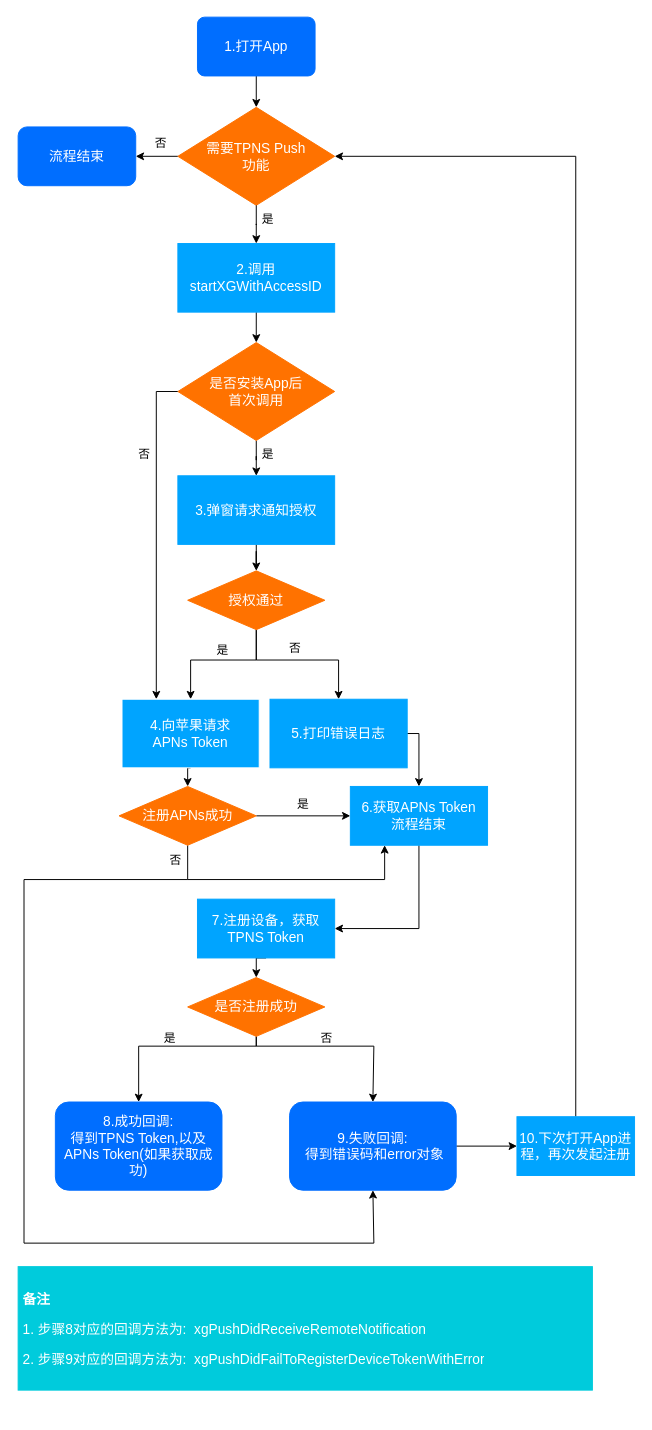
The draw.io diagram register.drawio in muyanbiao/tpnsFlowChart, before the edit. Source tidied: cells renumbered, new cells numbered last; positions are measured from the earlier drawing's top-left corner, leaving out a move shared by most shapes. Both pictures are drawn from the tidied source at 98%, with x=0, y=0 at pixel (18, 17).
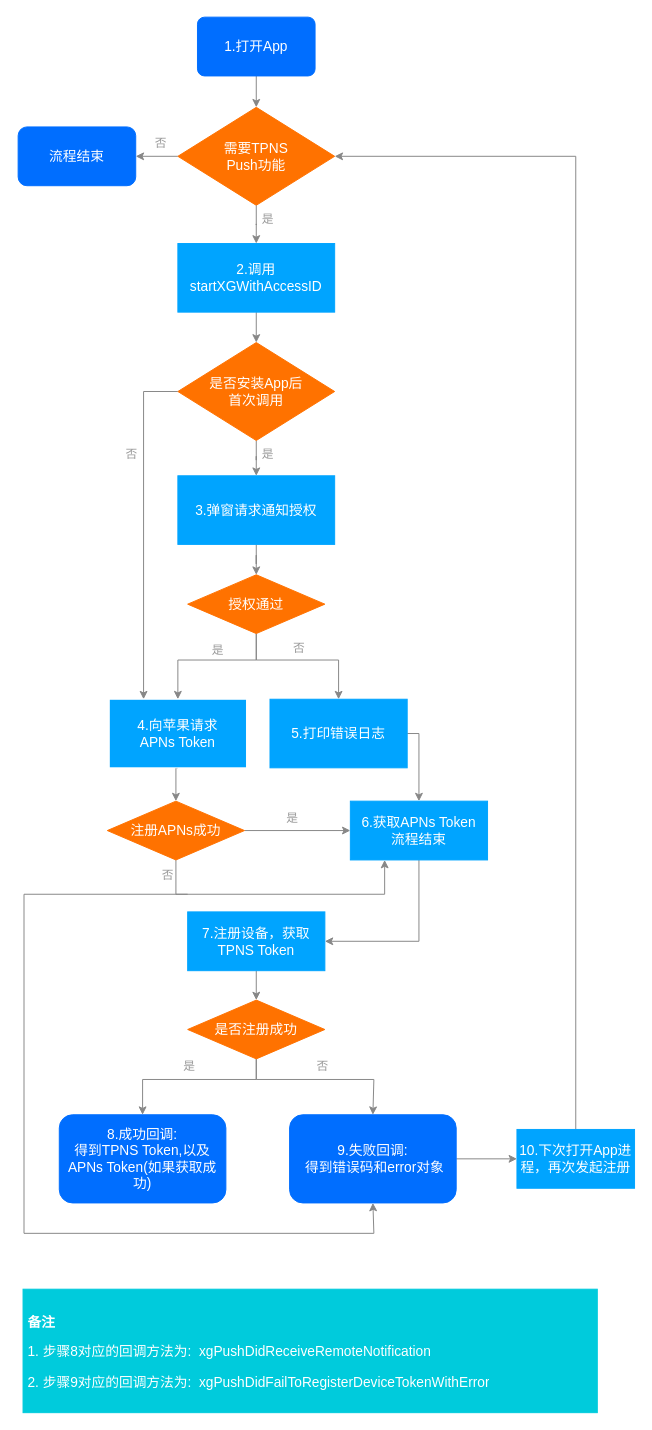
The same page after the edit.

Unchanged cells that the change refers to:
```xml
<mxCell id="3" value="&lt;font face=&quot;helvetica&quot; style=&quot;font-size: 14px;&quot;&gt;1.打开App&lt;/font&gt;" style="rounded=1;whiteSpace=wrap;html=1;fillColor=#006EFF;strokeColor=#006EFF;fontColor=#FFFFFF;fontSize=14;rotation=0;arcSize=12;" parent="1" vertex="1">
  <mxGeometry x="183" width="120" height="60" as="geometry" />
</mxCell>
<mxCell id="5" value="&lt;font face=&quot;helvetica&quot; style=&quot;font-size: 14px;&quot;&gt;&lt;font style=&quot;font-size: 14px;&quot;&gt;2.调用startXGWithAccessID&lt;/font&gt;&lt;br style=&quot;font-size: 14px;&quot;&gt;&lt;/font&gt;" style="rounded=0;whiteSpace=wrap;html=1;fillColor=#00A4FF;strokeColor=#00A4FF;fontColor=#FFFFFF;fontSize=14;" parent="1" vertex="1">
  <mxGeometry x="163" y="231" width="160" height="70" as="geometry" />
</mxCell>
<mxCell id="12" value="是否安装App后&lt;br&gt;首次调用" style="rhombus;whiteSpace=wrap;html=1;fillColor=#FF7200;strokeColor=#FF7200;fontColor=#FFFFFF;fontSize=14;" parent="1" vertex="1">
  <mxGeometry x="163" y="332" width="160" height="100" as="geometry" />
</mxCell>
<mxCell id="14" value="3.弹窗请求通知授权" style="rounded=0;whiteSpace=wrap;html=1;fillColor=#00A4FF;strokeColor=#00A4FF;fontColor=#FFFFFF;fontSize=14;" parent="1" vertex="1">
  <mxGeometry x="163" y="468" width="160" height="70" as="geometry" />
</mxCell>
<mxCell id="25" value="5.打印错误日志" style="rounded=0;whiteSpace=wrap;html=1;fillColor=#00A4FF;strokeColor=#00A4FF;fontColor=#FFFFFF;fontSize=14;" parent="1" vertex="1">
  <mxGeometry x="257" y="696" width="140" height="70" as="geometry" />
</mxCell>
<mxCell id="36" value="&lt;font face=&quot;helvetica&quot; style=&quot;font-size: 14px;&quot;&gt;流程结束&lt;br style=&quot;font-size: 14px;&quot;&gt;&lt;/font&gt;" style="rounded=1;whiteSpace=wrap;html=1;fillColor=#006EFF;strokeColor=#006EFF;fontColor=#FFFFFF;fontSize=14;" parent="1" vertex="1">
  <mxGeometry y="112" width="120" height="60" as="geometry" />
</mxCell>
```

Change to the diagram source:
```diff
@@
-    <mxCell id="2" style="endArrow=classic;html=1;exitX=0.5;exitY=1;exitDx=0;exitDy=0;entryX=0.5;entryY=0;entryDx=0;entryDy=0;" parent="1" edge="1" source="3" target="8">
+    <mxCell id="2" style="endArrow=classic;html=1;exitX=0.5;exitY=1;exitDx=0;exitDy=0;entryX=0.5;entryY=0;entryDx=0;entryDy=0;strokeColor=#878787;" parent="1" edge="1" source="3" target="8">
       <mxGeometry relative="1" as="geometry" />
     </mxCell>
@@
-    <mxCell id="4" style="edgeStyle=orthogonalEdgeStyle;rounded=0;jettySize=auto;html=1;exitX=0.5;exitY=1;exitDx=0;exitDy=0;entryX=0.5;entryY=0;entryDx=0;entryDy=0;" parent="1" edge="1" source="5" target="12">
+    <mxCell id="4" style="edgeStyle=orthogonalEdgeStyle;rounded=0;jettySize=auto;html=1;exitX=0.5;exitY=1;exitDx=0;exitDy=0;entryX=0.5;entryY=0;entryDx=0;entryDy=0;strokeColor=#878787;" parent="1" edge="1" source="5" target="12">
       <mxGeometry relative="1" as="geometry" />
     </mxCell>
@@
-    <mxCell id="6" value="是" style="text;html=1;strokeColor=none;fillColor=none;align=center;verticalAlign=middle;whiteSpace=wrap;rounded=0;" parent="1" vertex="1">
+    <mxCell id="6" value="是" style="text;html=1;strokeColor=none;fillColor=none;align=center;verticalAlign=middle;whiteSpace=wrap;rounded=0;fontColor=#999999;" parent="1" vertex="1">
       <mxGeometry x="243" y="195" width="24" height="24" as="geometry" />
     </mxCell>
-    <mxCell id="7" style="edgeStyle=orthogonalEdgeStyle;rounded=0;jettySize=auto;html=1;exitX=0;exitY=0.5;exitDx=0;exitDy=0;entryX=1;entryY=0.5;entryDx=0;entryDy=0;arcSize=11;" parent="1" edge="1" source="8" target="36">
+    <mxCell id="7" style="edgeStyle=orthogonalEdgeStyle;rounded=0;jettySize=auto;html=1;exitX=0;exitY=0.5;exitDx=0;exitDy=0;entryX=1;entryY=0.5;entryDx=0;entryDy=0;arcSize=11;strokeColor=#878787;" parent="1" edge="1" source="8" target="36">
       <mxGeometry relative="1" as="geometry" />
     </mxCell>
-    <mxCell id="8" value="需要TPNS Push&lt;br&gt;功能" style="rhombus;whiteSpace=wrap;html=1;fontColor=#FFFFFF;fillColor=#FF7200;strokeColor=#FF7200;fontSize=14;" parent="1" vertex="1">
+    <mxCell id="8" value="需要TPNS &lt;br&gt;Push功能" style="rhombus;whiteSpace=wrap;html=1;fontColor=#FFFFFF;fillColor=#FF7200;strokeColor=#FF7200;fontSize=14;" parent="1" vertex="1">
       <mxGeometry x="163" y="92" width="160" height="100" as="geometry" />
     </mxCell>
-    <mxCell id="9" style="edgeStyle=orthogonalEdgeStyle;rounded=0;jettySize=auto;html=1;exitX=0.5;exitY=1;exitDx=0;exitDy=0;arcSize=11;" parent="1" edge="1" source="8" target="5">
+    <mxCell id="9" style="edgeStyle=orthogonalEdgeStyle;rounded=0;jettySize=auto;html=1;exitX=0.5;exitY=1;exitDx=0;exitDy=0;arcSize=11;strokeColor=#878787;" parent="1" edge="1" source="8" target="5">
       <mxGeometry relative="1" as="geometry" />
     </mxCell>
-    <mxCell id="10" style="edgeStyle=orthogonalEdgeStyle;rounded=0;jettySize=auto;html=1;" parent="1" edge="1" source="12" target="14">
+    <mxCell id="10" style="edgeStyle=orthogonalEdgeStyle;rounded=0;jettySize=auto;html=1;strokeColor=#878787;" parent="1" edge="1" source="12" target="14">
       <mxGeometry relative="1" as="geometry" />
     </mxCell>
-    <mxCell id="11" style="edgeStyle=orthogonalEdgeStyle;rounded=0;jettySize=auto;html=1;exitX=0;exitY=0.5;exitDx=0;exitDy=0;entryX=0.25;entryY=0;entryDx=0;entryDy=0;" parent="1" edge="1" source="12" target="20">
+    <mxCell id="11" style="edgeStyle=orthogonalEdgeStyle;rounded=0;jettySize=auto;html=1;exitX=0;exitY=0.5;exitDx=0;exitDy=0;entryX=0.25;entryY=0;entryDx=0;entryDy=0;strokeColor=#878787;" parent="1" edge="1" source="12" target="20">
       <mxGeometry relative="1" as="geometry">
         <Array as="points">
-          <mxPoint x="141" y="382" />
+          <mxPoint x="128" y="382" />
         </Array>
       </mxGeometry>
     </mxCell>
@@
-    <mxCell id="13" style="edgeStyle=orthogonalEdgeStyle;rounded=0;jettySize=auto;html=1;exitX=0.5;exitY=1;exitDx=0;exitDy=0;" parent="1" edge="1" source="14" target="18">
+    <mxCell id="13" style="edgeStyle=orthogonalEdgeStyle;rounded=0;jettySize=auto;html=1;exitX=0.5;exitY=1;exitDx=0;exitDy=0;strokeColor=#878787;" parent="1" edge="1" source="14" target="18">
       <mxGeometry relative="1" as="geometry" />
     </mxCell>
@@
-    <mxCell id="15" value="是" style="text;html=1;strokeColor=none;fillColor=none;align=center;verticalAlign=middle;whiteSpace=wrap;rounded=0;" parent="1" vertex="1">
+    <mxCell id="15" value="是" style="text;html=1;strokeColor=none;fillColor=none;align=center;verticalAlign=middle;whiteSpace=wrap;rounded=0;fontColor=#999999;" parent="1" vertex="1">
       <mxGeometry x="243" y="434" width="24" height="24" as="geometry" />
     </mxCell>
-    <mxCell id="16" style="edgeStyle=orthogonalEdgeStyle;rounded=0;jettySize=auto;html=1;exitX=0.5;exitY=1;exitDx=0;exitDy=0;entryX=0.5;entryY=0;entryDx=0;entryDy=0;" parent="1" edge="1" source="18" target="20">
+    <mxCell id="16" style="edgeStyle=orthogonalEdgeStyle;rounded=0;jettySize=auto;html=1;exitX=0.5;exitY=1;exitDx=0;exitDy=0;entryX=0.5;entryY=0;entryDx=0;entryDy=0;strokeColor=#878787;" parent="1" edge="1" source="18" target="20">
       <mxGeometry relative="1" as="geometry">
         <Array as="points">
           <mxPoint x="243" y="656" />
-          <mxPoint x="176" y="656" />
+          <mxPoint x="163" y="656" />
         </Array>
       </mxGeometry>
     </mxCell>
-    <mxCell id="17" style="edgeStyle=orthogonalEdgeStyle;rounded=0;jettySize=auto;html=1;exitX=0.5;exitY=1;exitDx=0;exitDy=0;entryX=0.5;entryY=0;entryDx=0;entryDy=0;" parent="1" edge="1" source="18" target="25">
+    <mxCell id="17" style="edgeStyle=orthogonalEdgeStyle;rounded=0;jettySize=auto;html=1;exitX=0.5;exitY=1;exitDx=0;exitDy=0;entryX=0.5;entryY=0;entryDx=0;entryDy=0;strokeColor=#878787;" parent="1" edge="1" source="18" target="25">
       <mxGeometry relative="1" as="geometry">
         <Array as="points">
           <mxPoint x="243" y="656" />
           <mxPoint x="327" y="656" />
         </Array>
       </mxGeometry>
     </mxCell>
     <mxCell id="18" value="授权通过" style="rhombus;whiteSpace=wrap;html=1;fillColor=#FF7200;strokeColor=#FF7200;fontColor=#FFFFFF;fontSize=14;" parent="1" vertex="1">
-      <mxGeometry x="173" y="565" width="140" height="60" as="geometry" />
+      <mxGeometry x="173" y="569" width="140" height="60" as="geometry" />
     </mxCell>
-    <mxCell id="19" style="edgeStyle=orthogonalEdgeStyle;rounded=0;jettySize=auto;html=1;exitX=0.5;exitY=1;exitDx=0;exitDy=0;entryX=0.5;entryY=0;entryDx=0;entryDy=0;" parent="1" edge="1" source="20" target="43">
-      <mxGeometry relative="1" as="geometry" />
+    <mxCell id="19" style="edgeStyle=orthogonalEdgeStyle;rounded=0;jettySize=auto;html=1;fontSize=14;fontColor=#FFFFFF;entryX=0.5;entryY=0;entryDx=0;entryDy=0;exitX=0.5;exitY=1;exitDx=0;exitDy=0;strokeColor=#878787;" parent="1" edge="1" source="20" target="43">
+      <mxGeometry relative="1" as="geometry">
+        <Array as="points">
+          <mxPoint x="161" y="766" />
+        </Array>
+      </mxGeometry>
     </mxCell>
     <mxCell id="20" value="4.向苹果请求&lt;br&gt;APNs Token" style="rounded=0;whiteSpace=wrap;html=1;fillColor=#00A4FF;strokeColor=#FFFFFF;fontColor=#FFFFFF;fontSize=14;" parent="1" vertex="1">
-      <mxGeometry x="106" y="696" width="140" height="70" as="geometry" />
+      <mxGeometry x="93" y="696" width="140" height="70" as="geometry" />
     </mxCell>
-    <mxCell id="21" style="edgeStyle=orthogonalEdgeStyle;rounded=0;jettySize=auto;html=1;exitX=0.5;exitY=1;exitDx=0;exitDy=0;entryX=0.5;entryY=0;entryDx=0;entryDy=0;" parent="1" edge="1" source="22" target="30">
+    <mxCell id="21" style="edgeStyle=orthogonalEdgeStyle;rounded=0;jettySize=auto;html=1;exitX=0.5;exitY=1;exitDx=0;exitDy=0;entryX=0.5;entryY=0;entryDx=0;entryDy=0;strokeColor=#878787;" parent="1" edge="1" source="22" target="30">
       <mxGeometry relative="1" as="geometry" />
     </mxCell>
     <mxCell id="22" value="7.注册设备，获取&lt;br&gt;TPNS Token" style="rounded=0;whiteSpace=wrap;html=1;fillColor=#00A4FF;strokeColor=#00A4FF;fontColor=#FFFFFF;fontSize=14;" parent="1" vertex="1">
-      <mxGeometry x="183" y="900" width="140" height="60" as="geometry" />
+      <mxGeometry x="173" y="913" width="140" height="60" as="geometry" />
     </mxCell>
-    <mxCell id="23" value="是" style="text;html=1;strokeColor=none;fillColor=none;align=center;verticalAlign=middle;whiteSpace=wrap;rounded=0;" parent="1" vertex="1">
-      <mxGeometry x="197" y="634" width="24" height="24" as="geometry" />
+    <mxCell id="23" value="是" style="text;html=1;strokeColor=none;fillColor=none;align=center;verticalAlign=middle;whiteSpace=wrap;rounded=0;fontColor=#999999;" parent="1" vertex="1">
+      <mxGeometry x="192" y="634" width="24" height="24" as="geometry" />
     </mxCell>
-    <mxCell id="24" style="edgeStyle=orthogonalEdgeStyle;rounded=0;jettySize=auto;html=1;exitX=1;exitY=0.5;exitDx=0;exitDy=0;" parent="1" edge="1" source="25" target="47">
+    <mxCell id="24" style="edgeStyle=orthogonalEdgeStyle;rounded=0;jettySize=auto;html=1;exitX=1;exitY=0.5;exitDx=0;exitDy=0;strokeColor=#878787;" parent="1" edge="1" source="25" target="47">
       <mxGeometry relative="1" as="geometry">
         <Array as="points">
           <mxPoint x="409" y="731" />
         </Array>
       </mxGeometry>
     </mxCell>
@@
-    <mxCell id="26" value="否" style="text;html=1;strokeColor=none;fillColor=none;align=center;verticalAlign=middle;whiteSpace=wrap;rounded=0;" parent="1" vertex="1">
-      <mxGeometry x="271" y="632" width="24" height="24" as="geometry" />
+    <mxCell id="26" value="否" style="text;html=1;strokeColor=none;fillColor=none;align=center;verticalAlign=middle;whiteSpace=wrap;rounded=0;fontColor=#999999;" parent="1" vertex="1">
+      <mxGeometry x="275" y="632" width="24" height="24" as="geometry" />
     </mxCell>
-    <mxCell id="27" value="否" style="text;html=1;strokeColor=none;fillColor=none;align=center;verticalAlign=middle;whiteSpace=wrap;rounded=0;" parent="1" vertex="1">
-      <mxGeometry x="117" y="434" width="24" height="24" as="geometry" />
+    <mxCell id="27" value="否" style="text;html=1;strokeColor=none;fillColor=none;align=center;verticalAlign=middle;whiteSpace=wrap;rounded=0;fontColor=#999999;" parent="1" vertex="1">
+      <mxGeometry x="104" y="434" width="24" height="24" as="geometry" />
     </mxCell>
-    <mxCell id="28" style="edgeStyle=orthogonalEdgeStyle;rounded=0;jettySize=auto;html=1;exitX=0.5;exitY=1;exitDx=0;exitDy=0;entryX=0.5;entryY=0;entryDx=0;entryDy=0;" parent="1" edge="1" source="30" target="31">
+    <mxCell id="28" style="edgeStyle=orthogonalEdgeStyle;rounded=0;jettySize=auto;html=1;exitX=0.5;exitY=1;exitDx=0;exitDy=0;entryX=0.5;entryY=0;entryDx=0;entryDy=0;strokeColor=#878787;" parent="1" edge="1" source="30" target="31">
       <mxGeometry relative="1" as="geometry">
         <Array as="points">
-          <mxPoint x="243" y="1050" />
-          <mxPoint x="123" y="1050" />
+          <mxPoint x="243" y="1084" />
+          <mxPoint x="127" y="1084" />
         </Array>
       </mxGeometry>
     </mxCell>
-    <mxCell id="29" style="edgeStyle=orthogonalEdgeStyle;rounded=0;jettySize=auto;html=1;exitX=0.5;exitY=1;exitDx=0;exitDy=0;entryX=0.5;entryY=0;entryDx=0;entryDy=0;" parent="1" edge="1" source="30" target="33">
+    <mxCell id="29" style="edgeStyle=orthogonalEdgeStyle;rounded=0;jettySize=auto;html=1;exitX=0.5;exitY=1;exitDx=0;exitDy=0;entryX=0.5;entryY=0;entryDx=0;entryDy=0;strokeColor=#878787;" parent="1" edge="1" source="30" target="33">
       <mxGeometry relative="1" as="geometry">
         <Array as="points">
-          <mxPoint x="243" y="1050" />
-          <mxPoint x="363" y="1050" />
+          <mxPoint x="243" y="1084" />
+          <mxPoint x="363" y="1084" />
         </Array>
       </mxGeometry>
     </mxCell>
     <mxCell id="30" value="是否注册成功" style="rhombus;whiteSpace=wrap;html=1;fillColor=#FF7200;strokeColor=#FF7200;fontColor=#FFFFFF;fontSize=14;" parent="1" vertex="1">
-      <mxGeometry x="173" y="980" width="140" height="60" as="geometry" />
+      <mxGeometry x="173" y="1003" width="140" height="60" as="geometry" />
     </mxCell>
     <mxCell id="31" value="&lt;font style=&quot;font-size: 14px&quot;&gt;8.成功回调: &lt;br style=&quot;font-size: 14px&quot;&gt;得到TPNS Token,以及&lt;br&gt;APNs Token(如果获取成功)&lt;/font&gt;" style="rounded=1;whiteSpace=wrap;html=1;fontColor=#FFFFFF;fillColor=#006EFF;strokeColor=#006EFF;fontSize=14;" parent="1" vertex="1">
-      <mxGeometry x="38" y="1107" width="170" height="90" as="geometry" />
+      <mxGeometry x="42" y="1120" width="170" height="90" as="geometry" />
     </mxCell>
-    <mxCell id="32" style="edgeStyle=orthogonalEdgeStyle;rounded=0;jettySize=auto;html=1;exitX=1;exitY=0.5;exitDx=0;exitDy=0;entryX=0;entryY=0.5;entryDx=0;entryDy=0;" parent="1" edge="1" source="33" target="35">
+    <mxCell id="32" style="edgeStyle=orthogonalEdgeStyle;rounded=0;jettySize=auto;html=1;exitX=1;exitY=0.5;exitDx=0;exitDy=0;entryX=0;entryY=0.5;entryDx=0;entryDy=0;strokeColor=#878787;" parent="1" edge="1" source="33" target="35">
       <mxGeometry relative="1" as="geometry" />
     </mxCell>
     <mxCell id="33" value="&lt;font style=&quot;font-size: 14px;&quot;&gt;9.失败回调:&lt;br style=&quot;font-size: 14px;&quot;&gt;&amp;nbsp;得到错误码和error对象&lt;/font&gt;" style="rounded=1;whiteSpace=wrap;html=1;fontColor=#FFFFFF;fillColor=#006EFF;strokeColor=#006EFF;fontSize=14;horizontal=1;verticalAlign=middle;" parent="1" vertex="1">
-      <mxGeometry x="277" y="1107" width="170" height="90" as="geometry" />
+      <mxGeometry x="277" y="1120" width="170" height="90" as="geometry" />
     </mxCell>
-    <mxCell id="34" style="edgeStyle=orthogonalEdgeStyle;rounded=0;jettySize=auto;html=1;exitX=0.5;exitY=0;exitDx=0;exitDy=0;entryX=1;entryY=0.5;entryDx=0;entryDy=0;arcSize=20;" parent="1" edge="1" source="35" target="8">
+    <mxCell id="34" style="edgeStyle=orthogonalEdgeStyle;rounded=0;jettySize=auto;html=1;exitX=0.5;exitY=0;exitDx=0;exitDy=0;entryX=1;entryY=0.5;entryDx=0;entryDy=0;arcSize=20;strokeColor=#878787;" parent="1" edge="1" source="35" target="8">
       <mxGeometry relative="1" as="geometry" />
     </mxCell>
     <mxCell id="35" value="10.下次打开App进程，再次发起注册" style="rounded=0;whiteSpace=wrap;html=1;fontColor=#FFFFFF;fillColor=#00A4FF;strokeColor=#00A4FF;fontSize=14;" parent="1" vertex="1">
-      <mxGeometry x="509" y="1122" width="120" height="60" as="geometry" />
+      <mxGeometry x="509" y="1135" width="120" height="60" as="geometry" />
     </mxCell>
@@
-    <mxCell id="37" value="否" style="text;html=1;strokeColor=none;fillColor=none;align=center;verticalAlign=middle;whiteSpace=wrap;rounded=0;" parent="1" vertex="1">
+    <mxCell id="37" value="否" style="text;html=1;strokeColor=none;fillColor=none;align=center;verticalAlign=middle;whiteSpace=wrap;rounded=0;fontColor=#999999;" parent="1" vertex="1">
       <mxGeometry x="134" y="117" width="24" height="24" as="geometry" />
     </mxCell>
-    <mxCell id="38" value="是" style="text;html=1;strokeColor=none;fillColor=none;align=center;verticalAlign=middle;whiteSpace=wrap;rounded=0;" parent="1" vertex="1">
-      <mxGeometry x="143" y="1030" width="24" height="24" as="geometry" />
+    <mxCell id="38" value="是" style="text;html=1;strokeColor=none;fillColor=none;align=center;verticalAlign=middle;whiteSpace=wrap;rounded=0;fontColor=#999999;" parent="1" vertex="1">
+      <mxGeometry x="163" y="1059" width="24" height="24" as="geometry" />
     </mxCell>
-    <mxCell id="39" value="否" style="text;html=1;strokeColor=none;fillColor=none;align=center;verticalAlign=middle;whiteSpace=wrap;rounded=0;" parent="1" vertex="1">
-      <mxGeometry x="303" y="1030" width="24" height="24" as="geometry" />
+    <mxCell id="39" value="否" style="text;html=1;strokeColor=none;fillColor=none;align=center;verticalAlign=middle;whiteSpace=wrap;rounded=0;fontColor=#999999;" parent="1" vertex="1">
+      <mxGeometry x="299" y="1059" width="24" height="24" as="geometry" />
     </mxCell>
-    <mxCell id="40" style="edgeStyle=orthogonalEdgeStyle;rounded=0;jettySize=auto;html=1;entryX=0.5;entryY=1;entryDx=0;entryDy=0;" parent="1" edge="1" target="33">
+    <mxCell id="40" style="edgeStyle=orthogonalEdgeStyle;rounded=0;jettySize=auto;html=1;entryX=0.5;entryY=1;entryDx=0;entryDy=0;strokeColor=#878787;" parent="1" edge="1" target="33">
       <mxGeometry relative="1" as="geometry">
-        <mxPoint x="173" y="880" as="sourcePoint" />
+        <mxPoint x="173" y="895" as="sourcePoint" />
         <Array as="points">
-          <mxPoint x="6" y="880" />
-          <mxPoint x="6" y="1251" />
-          <mxPoint x="363" y="1251" />
+          <mxPoint x="6" y="895" />
+          <mxPoint x="6" y="1241" />
+          <mxPoint x="363" y="1241" />
         </Array>
       </mxGeometry>
     </mxCell>
-    <mxCell id="41" style="edgeStyle=orthogonalEdgeStyle;rounded=0;jettySize=auto;html=1;exitX=0.5;exitY=1;exitDx=0;exitDy=0;entryX=0.25;entryY=1;entryDx=0;entryDy=0;" parent="1" edge="1" source="43" target="47">
+    <mxCell id="41" style="edgeStyle=orthogonalEdgeStyle;rounded=0;jettySize=auto;html=1;exitX=0.5;exitY=1;exitDx=0;exitDy=0;entryX=0.25;entryY=1;entryDx=0;entryDy=0;strokeColor=#878787;" parent="1" edge="1" source="43" target="47">
       <mxGeometry relative="1" as="geometry">
         <Array as="points">
-          <mxPoint x="173" y="880" />
-          <mxPoint x="374" y="880" />
+          <mxPoint x="161" y="895" />
+          <mxPoint x="374" y="895" />
         </Array>
       </mxGeometry>
     </mxCell>
-    <mxCell id="42" style="edgeStyle=orthogonalEdgeStyle;rounded=0;jettySize=auto;html=1;exitX=1;exitY=0.5;exitDx=0;exitDy=0;entryX=0;entryY=0.5;entryDx=0;entryDy=0;" parent="1" edge="1" source="43" target="47">
+    <mxCell id="42" style="edgeStyle=orthogonalEdgeStyle;rounded=0;jettySize=auto;html=1;exitX=1;exitY=0.5;exitDx=0;exitDy=0;entryX=0;entryY=0.5;entryDx=0;entryDy=0;strokeColor=#878787;" parent="1" edge="1" source="43" target="47">
       <mxGeometry relative="1" as="geometry" />
     </mxCell>
     <mxCell id="43" value="注册APNs成功" style="rhombus;whiteSpace=wrap;html=1;fillColor=#FF7200;strokeColor=#FF7200;fontColor=#FFFFFF;fontSize=14;" parent="1" vertex="1">
-      <mxGeometry x="103" y="785" width="140" height="60" as="geometry" />
+      <mxGeometry x="91" y="800" width="140" height="60" as="geometry" />
     </mxCell>
-    <mxCell id="44" value="否" style="text;html=1;strokeColor=none;fillColor=none;align=center;verticalAlign=middle;whiteSpace=wrap;rounded=0;" parent="1" vertex="1">
-      <mxGeometry x="149" y="849" width="24" height="24" as="geometry" />
+    <mxCell id="44" value="否" style="text;html=1;strokeColor=none;fillColor=none;align=center;verticalAlign=middle;whiteSpace=wrap;rounded=0;fontColor=#999999;" parent="1" vertex="1">
+      <mxGeometry x="141" y="864" width="24" height="24" as="geometry" />
     </mxCell>
-    <mxCell id="45" value="是" style="text;html=1;strokeColor=none;fillColor=none;align=center;verticalAlign=middle;whiteSpace=wrap;rounded=0;" parent="1" vertex="1">
-      <mxGeometry x="279" y="791" width="24" height="24" as="geometry" />
+    <mxCell id="45" value="是" style="text;html=1;strokeColor=none;fillColor=none;align=center;verticalAlign=middle;whiteSpace=wrap;rounded=0;fontColor=#999999;" parent="1" vertex="1">
+      <mxGeometry x="268" y="806" width="24" height="24" as="geometry" />
     </mxCell>
-    <mxCell id="46" style="edgeStyle=orthogonalEdgeStyle;rounded=0;jettySize=auto;html=1;exitX=0.5;exitY=1;exitDx=0;exitDy=0;entryX=1;entryY=0.5;entryDx=0;entryDy=0;" parent="1" edge="1" source="47" target="22">
+    <mxCell id="46" style="edgeStyle=orthogonalEdgeStyle;rounded=0;jettySize=auto;html=1;exitX=0.5;exitY=1;exitDx=0;exitDy=0;entryX=1;entryY=0.5;entryDx=0;entryDy=0;strokeColor=#878787;" parent="1" edge="1" source="47" target="22">
       <mxGeometry relative="1" as="geometry" />
     </mxCell>
     <mxCell id="47" value="6.获取APNs Token&lt;br&gt;流程结束" style="rounded=0;whiteSpace=wrap;html=1;fillColor=#00A4FF;strokeColor=#00A4FF;fontColor=#FFFFFF;fontSize=14;" parent="1" vertex="1">
-      <mxGeometry x="339" y="785" width="140" height="60" as="geometry" />
+      <mxGeometry x="339" y="800" width="140" height="60" as="geometry" />
     </mxCell>
     <mxCell id="48" value="&lt;h1 style=&quot;font-size: 14px&quot;&gt;&lt;br&gt;&lt;/h1&gt;&lt;h1 style=&quot;font-size: 14px&quot;&gt;备注&lt;/h1&gt;&lt;p style=&quot;font-size: 14px&quot;&gt;1. 步骤8对应的回调方法为:&amp;nbsp;&amp;nbsp;xgPushDidReceiveRemoteNotification&lt;/p&gt;&lt;p style=&quot;font-size: 14px&quot;&gt;2. 步骤9对应的回调方法为:&amp;nbsp; xgPushDidFailToRegisterDeviceTokenWithError&lt;/p&gt;" style="text;html=1;spacing=5;spacingTop=-20;whiteSpace=wrap;overflow=hidden;rounded=0;fillColor=#00CBDC;strokeColor=#00CBDC;fontColor=#FFFFFF;fontSize=14;" parent="1" vertex="1">
-      <mxGeometry y="1275" width="586" height="126" as="geometry" />
+      <mxGeometry x="5" y="1298" width="586" height="126" as="geometry" />
     </mxCell>
```
